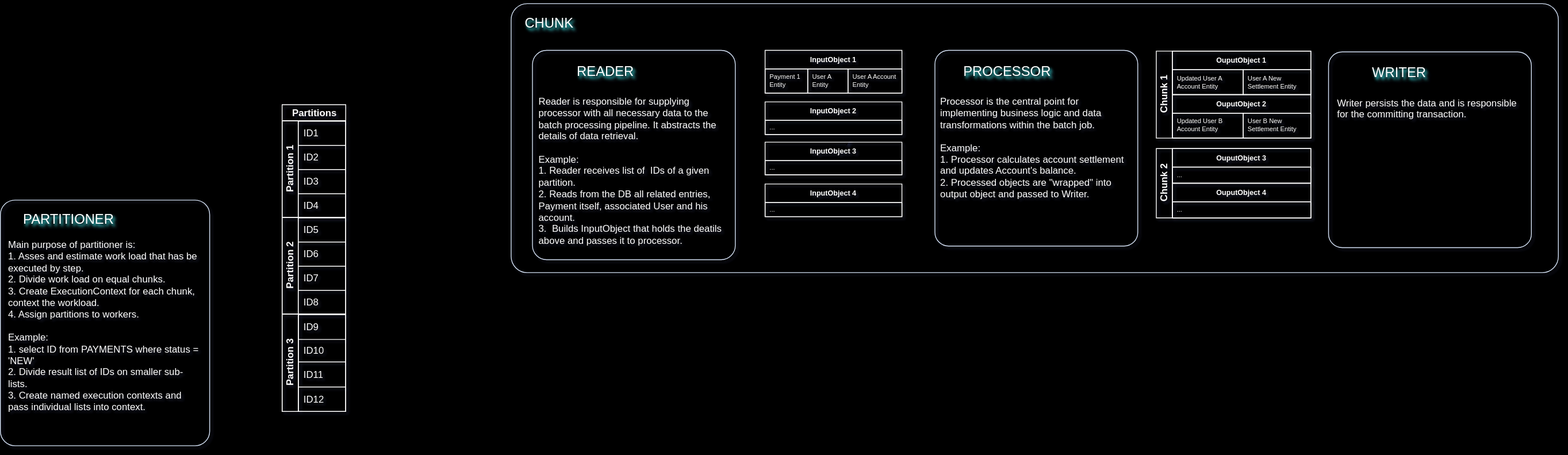
The draw.io diagram public/images/spring-batch-data-flow.drawio.svg in gsaukov/spring-batch-demo, before a commit. Source tidied: cells renumbered, new cells last; positions are measured from the earlier drawing's top-left corner, leaving out a move shared by most shapes.
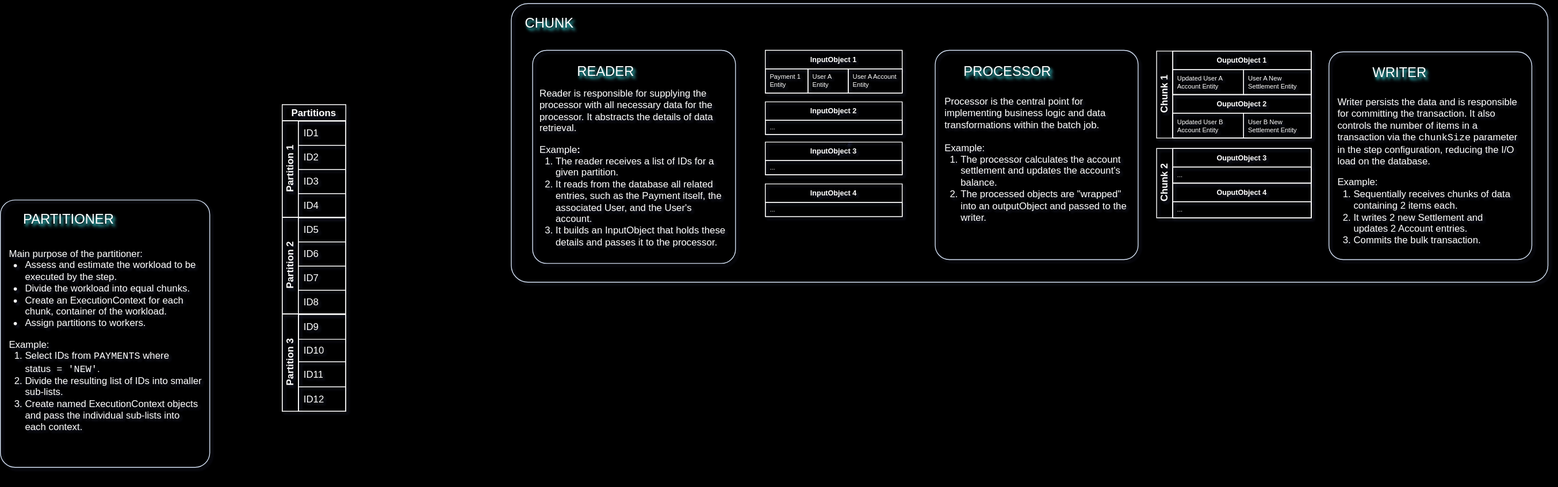
Above is the later version.

Change to the diagram source:
```diff
@@ -2,35 +2,35 @@
   <root>
     <mxCell id="0" />
     <mxCell id="1" parent="0" />
+    <mxCell id="3" style="rounded=1;whiteSpace=wrap;html=1;shadow=0;arcSize=6;fillColor=none;glass=0;perimeterSpacing=0;labelBorderColor=none;shadowOffsetX=2;shadowOpacity=80;shadowColor=#33FFFF;strokeColor=#D4E1F5;strokeWidth=1;shadowBlur=1;" parent="1" vertex="1">
+      <mxGeometry x="634.5" width="1287.5" height="346" as="geometry" />
+    </mxCell>
     <mxCell id="2" style="rounded=1;whiteSpace=wrap;html=1;shadow=0;arcSize=7;fillColor=none;glass=0;perimeterSpacing=0;labelBorderColor=none;shadowOffsetX=2;shadowOpacity=80;shadowColor=#33FFFF;strokeColor=#D4E1F5;strokeWidth=1;shadowBlur=1;shadowOffsetY=2;" parent="1" vertex="1">
-      <mxGeometry x="1650" y="60" width="252" height="243" as="geometry" />
+      <mxGeometry x="1650" y="60" width="252" height="258" as="geometry" />
     </mxCell>
-    <mxCell id="3" style="rounded=1;whiteSpace=wrap;html=1;shadow=0;arcSize=6;fillColor=none;glass=0;perimeterSpacing=0;labelBorderColor=none;shadowOffsetX=2;shadowOpacity=80;shadowColor=#33FFFF;strokeColor=#D4E1F5;strokeWidth=1;shadowBlur=1;" parent="1" vertex="1">
-      <mxGeometry x="634.5" width="1301" height="334" as="geometry" />
-    </mxCell>
     <mxCell id="4" style="rounded=1;whiteSpace=wrap;html=1;shadow=0;arcSize=7;fillColor=none;glass=0;perimeterSpacing=0;labelBorderColor=none;shadowOffsetX=2;shadowOpacity=80;shadowColor=#33FFFF;strokeColor=#D4E1F5;strokeWidth=1;shadowBlur=1;shadowOffsetY=2;" parent="1" vertex="1">
-      <mxGeometry x="1161" y="58" width="252" height="243" as="geometry" />
+      <mxGeometry x="1161" y="58" width="252" height="260" as="geometry" />
     </mxCell>
     <mxCell id="5" style="rounded=1;whiteSpace=wrap;html=1;shadow=0;arcSize=7;fillColor=none;glass=0;perimeterSpacing=0;labelBorderColor=none;shadowOffsetX=2;shadowOpacity=80;shadowColor=#33FFFF;strokeColor=#D4E1F5;strokeWidth=1;shadowBlur=1;shadowOffsetY=2;" parent="1" vertex="1">
-      <mxGeometry y="244" width="260" height="305" as="geometry" />
+      <mxGeometry y="244" width="260" height="332" as="geometry" />
     </mxCell>
     <mxCell id="6" value="PARTITIONER" style="text;html=1;strokeColor=none;fillColor=none;align=center;verticalAlign=middle;whiteSpace=wrap;rounded=0;shadow=1;sketch=0;shadowColor=#33FFFF;textShadow=1;fontColor=#FFFFFF;shadowOpacity=80;fontSize=17;" parent="1" vertex="1">
       <mxGeometry x="30" y="244" width="110" height="50" as="geometry" />
     </mxCell>
-    <mxCell id="7" value="&lt;p style=&quot;margin-top: 0px; margin-bottom: 0px;&quot;&gt;Main purpose of partitioner is:&lt;/p&gt;&lt;p style=&quot;margin-top: 0px; margin-bottom: 0px;&quot;&gt;1. Asses and estimate work load that has be executed by step.&lt;/p&gt;&lt;p style=&quot;margin-top: 0px; margin-bottom: 0px;&quot;&gt;2. Divide work load on equal chunks.&amp;nbsp;&lt;/p&gt;&lt;p style=&quot;margin-top: 0px; margin-bottom: 0px;&quot;&gt;3. Create ExecutionContext for each chunk, context the workload.&lt;/p&gt;&lt;p style=&quot;margin-top: 0px; margin-bottom: 0px;&quot;&gt;4. Assign partitions to workers.&lt;/p&gt;&lt;p style=&quot;margin-top: 0px; margin-bottom: 0px;&quot;&gt;&lt;br&gt;&lt;/p&gt;&lt;p style=&quot;margin-top: 0px; margin-bottom: 0px;&quot;&gt;Example:&amp;nbsp;&lt;/p&gt;&lt;p style=&quot;margin-top: 0px; margin-bottom: 0px;&quot;&gt;1. select ID from PAYMENTS where status = 'NEW'&lt;/p&gt;&lt;p style=&quot;margin-top: 0px; margin-bottom: 0px;&quot;&gt;2. Divide result list of IDs on smaller sub-lists.&lt;/p&gt;&lt;p style=&quot;margin-top: 0px; margin-bottom: 0px;&quot;&gt;3. Create named execution contexts and pass individual lists into context.&lt;/p&gt;" style="text;html=1;whiteSpace=wrap;overflow=hidden;rounded=0;fontColor=#FFFFFF;spacing=0;" parent="1" vertex="1">
-      <mxGeometry x="10" y="288" width="239" height="238" as="geometry" />
+    <mxCell id="7" value="&lt;p style=&quot;margin-bottom: 0px; margin-top: 12px;&quot;&gt;Main purpose of the partitioner:&lt;/p&gt;&lt;ul style=&quot;padding-left: 20px; margin-top: 0px;&quot;&gt;&lt;li&gt;&lt;span style=&quot;background-color: initial;&quot;&gt;Assess and estimate the workload to be executed by the step.&lt;/span&gt;&lt;/li&gt;&lt;li&gt;&lt;span style=&quot;background-color: initial;&quot;&gt;Divide the workload into equal chunks.&lt;/span&gt;&lt;/li&gt;&lt;li&gt;&lt;span style=&quot;background-color: initial;&quot;&gt;Create an ExecutionContext&lt;/span&gt;&lt;span style=&quot;background-color: initial;&quot;&gt;&amp;nbsp;for each chunk, container of the workload.&lt;/span&gt;&lt;/li&gt;&lt;li&gt;&lt;span style=&quot;background-color: initial;&quot;&gt;Assign partitions to workers.&lt;/span&gt;&lt;/li&gt;&lt;/ul&gt;&lt;p style=&quot;margin-top: 0px; margin-bottom: 0px;&quot;&gt;Example:&lt;/p&gt;&lt;ol style=&quot;padding-left: 20px; margin-top: 0px;&quot;&gt;&lt;li&gt;Select IDs from &lt;code&gt;PAYMENTS&lt;/code&gt; where status&lt;code&gt;&amp;nbsp;= 'NEW'&lt;/code&gt;.&lt;/li&gt;&lt;li&gt;Divide the resulting list of IDs into smaller sub-lists.&lt;/li&gt;&lt;li&gt;Create named ExecutionContext&amp;nbsp;objects and pass the individual sub-lists into each context.&lt;/li&gt;&lt;/ol&gt;" style="text;html=1;whiteSpace=wrap;overflow=hidden;rounded=0;fontColor=#FFFFFF;spacing=0;" parent="1" vertex="1">
+      <mxGeometry x="10.5" y="287" width="239" height="298" as="geometry" />
     </mxCell>
     <mxCell id="8" value="PROCESSOR" style="text;html=1;strokeColor=none;fillColor=none;align=center;verticalAlign=middle;whiteSpace=wrap;rounded=0;shadow=1;sketch=0;shadowColor=#33FFFF;textShadow=1;fontColor=#FFFFFF;shadowOpacity=80;fontSize=17;" parent="1" vertex="1">
       <mxGeometry x="1195.5" y="60" width="110" height="50" as="geometry" />
     </mxCell>
-    <mxCell id="9" value="&lt;p style=&quot;margin-top: 0px; margin-bottom: 0px;&quot;&gt;Processor is th&lt;span style=&quot;background-color: initial;&quot;&gt;e central point for implementing business logic and data transformations within the batch job.&lt;/span&gt;&lt;br&gt;&lt;/p&gt;&lt;p style=&quot;margin-top: 0px; margin-bottom: 0px;&quot;&gt;&lt;span style=&quot;background-color: initial;&quot;&gt;&lt;br&gt;&lt;/span&gt;&lt;/p&gt;&lt;p style=&quot;margin-top: 0px; margin-bottom: 0px;&quot;&gt;&lt;span style=&quot;background-color: initial;&quot;&gt;Example:&lt;/span&gt;&lt;/p&gt;&lt;p style=&quot;margin-top: 0px; margin-bottom: 0px;&quot;&gt;&lt;span style=&quot;background-color: initial;&quot;&gt;1. Processor calculates account settlement and updates Account's balance.&lt;/span&gt;&lt;/p&gt;&lt;p style=&quot;margin-top: 0px; margin-bottom: 0px;&quot;&gt;&lt;span style=&quot;background-color: initial;&quot;&gt;2. Processed objects are &quot;wrapped&quot; into output object and passed to Writer.&lt;/span&gt;&lt;/p&gt;" style="text;html=1;whiteSpace=wrap;overflow=hidden;rounded=0;fontColor=#FFFFFF;spacing=0;" parent="1" vertex="1">
-      <mxGeometry x="1168" y="110" width="234" height="177" as="geometry" />
+    <mxCell id="9" value="&lt;p style=&quot;margin-top: 0px; margin-bottom: 0px;&quot;&gt;Processor is th&lt;span style=&quot;background-color: initial;&quot;&gt;e central point for implementing business logic and data transformations within the batch job.&lt;/span&gt;&lt;br&gt;&lt;/p&gt;&lt;p style=&quot;margin-top: 0px; margin-bottom: 0px;&quot;&gt;&lt;span style=&quot;background-color: initial;&quot;&gt;&lt;br&gt;&lt;/span&gt;&lt;/p&gt;&lt;p style=&quot;margin-top: 0px; margin-bottom: 0px;&quot;&gt;&lt;span style=&quot;background-color: initial;&quot;&gt;Example:&lt;/span&gt;&lt;/p&gt;&lt;ol style=&quot;padding-left: 20px; margin-top: 0px;&quot;&gt;&lt;li&gt;&lt;span style=&quot;background-color: initial;&quot;&gt;The processor calculates the account settlement and updates the account's balance.&lt;/span&gt;&lt;/li&gt;&lt;li&gt;The processed objects are &quot;wrapped&quot; into an outputObject and passed to the writer.&lt;/li&gt;&lt;/ol&gt;" style="text;html=1;whiteSpace=wrap;overflow=hidden;rounded=0;fontColor=#FFFFFF;spacing=0;" parent="1" vertex="1">
+      <mxGeometry x="1173" y="110" width="234" height="177" as="geometry" />
     </mxCell>
     <mxCell id="10" value="WRITER" style="text;html=1;strokeColor=none;fillColor=none;align=center;verticalAlign=middle;whiteSpace=wrap;rounded=0;shadow=1;sketch=0;shadowColor=#33FFFF;textShadow=1;fontColor=#FFFFFF;shadowOpacity=80;fontSize=17;" parent="1" vertex="1">
       <mxGeometry x="1682.5" y="62" width="110" height="50" as="geometry" />
     </mxCell>
-    <mxCell id="11" value="&lt;p style=&quot;margin-top: 0px; margin-bottom: 0px;&quot;&gt;Writer persists the data and is responsible for the committing transaction.&lt;/p&gt;" style="text;html=1;whiteSpace=wrap;overflow=hidden;rounded=0;fontColor=#FFFFFF;spacing=0;" parent="1" vertex="1">
-      <mxGeometry x="1661" y="112" width="222" height="130" as="geometry" />
+    <mxCell id="11" value="&lt;p style=&quot;margin-top: 0px; margin-bottom: 0px;&quot;&gt;&lt;span style=&quot;background-color: initial;&quot;&gt;Writer persists the data and is responsible for committing the transaction. It also controls the number of items in a transaction via the &lt;/span&gt;&lt;code style=&quot;background-color: initial;&quot;&gt;chunkSize&lt;/code&gt;&lt;span style=&quot;background-color: initial;&quot;&gt; parameter in the step configuration, reducing the I/O load on the database.&lt;/span&gt;&lt;br&gt;&lt;/p&gt;&lt;p style=&quot;margin-bottom: 0px;&quot;&gt;Example:&lt;/p&gt;&lt;ol style=&quot;padding-left: 20px; margin-top: 0px; margin-bottom: 0px;&quot;&gt;&lt;li&gt;Sequentially receives chunks of data containing 2 items each.&lt;/li&gt;&lt;li&gt;It writes 2 new Settlement and updates 2 Account entries.&lt;/li&gt;&lt;li&gt;Commits the bulk transaction.&lt;/li&gt;&lt;/ol&gt;" style="text;html=1;whiteSpace=wrap;overflow=hidden;rounded=0;fontColor=#FFFFFF;spacing=0;" parent="1" vertex="1">
+      <mxGeometry x="1661" y="111" width="222" height="200" as="geometry" />
     </mxCell>
     <mxCell id="12" value="CHUNK" style="text;html=1;strokeColor=none;fillColor=none;align=center;verticalAlign=middle;whiteSpace=wrap;rounded=0;shadow=1;sketch=0;shadowColor=#33FFFF;textShadow=1;fontColor=#FFFFFF;shadowOpacity=80;fontSize=17;" parent="1" vertex="1">
       <mxGeometry x="627" width="110" height="50" as="geometry" />
@@ -141,16 +141,16 @@
       <mxGeometry x="103" y="23" width="67" height="30" as="geometry" />
     </mxCell>
     <mxCell id="48" style="group;" parent="1" vertex="1">
-      <mxGeometry x="661" y="58" width="252" height="260" as="geometry" />
+      <mxGeometry x="661" y="58" width="252" height="278" as="geometry" />
     </mxCell>
     <mxCell id="49" style="rounded=1;whiteSpace=wrap;html=1;shadow=0;arcSize=7;fillColor=none;glass=0;perimeterSpacing=0;labelBorderColor=none;shadowOffsetX=2;shadowOpacity=80;shadowColor=#33FFFF;strokeColor=#D4E1F5;strokeWidth=1;shadowBlur=1;shadowOffsetY=2;" parent="48" vertex="1">
-      <mxGeometry width="252" height="260" as="geometry" />
+      <mxGeometry width="252" height="264.8" as="geometry" />
     </mxCell>
     <mxCell id="50" value="READER" style="text;html=1;strokeColor=none;fillColor=none;align=center;verticalAlign=middle;whiteSpace=wrap;rounded=0;shadow=1;sketch=0;shadowColor=#33FFFF;textShadow=1;fontColor=#FFFFFF;shadowOpacity=80;fontSize=17;" parent="48" vertex="1">
-      <mxGeometry x="35.5" y="2" width="110" height="50" as="geometry" />
+      <mxGeometry x="35.5" y="2" width="110" height="50.9" as="geometry" />
     </mxCell>
-    <mxCell id="51" value="&lt;p style=&quot;margin-top: 0px; margin-bottom: 0px;&quot;&gt;Reader is responsible for supplying processor with all necessary data to the batch processing pipeline. It abstracts the details of data retrieval.&lt;br&gt;&lt;/p&gt;&lt;p style=&quot;margin-top: 0px; margin-bottom: 0px;&quot;&gt;&lt;br&gt;&lt;/p&gt;&lt;p style=&quot;margin-top: 0px; margin-bottom: 0px;&quot;&gt;Example:&lt;/p&gt;&lt;p style=&quot;margin-top: 0px; margin-bottom: 0px;&quot;&gt;1. Reader receives list of&amp;nbsp; IDs of a given partition.&lt;/p&gt;&lt;p style=&quot;margin-top: 0px; margin-bottom: 0px;&quot;&gt;2. Reads from the DB all related entries, Payment itself, associated User and his account.&lt;/p&gt;&lt;p style=&quot;margin-top: 0px; margin-bottom: 0px;&quot;&gt;3.&amp;nbsp; Builds InputObject that holds the deatils above and passes it to processor.&lt;/p&gt;" style="text;html=1;whiteSpace=wrap;overflow=hidden;rounded=0;fontColor=#FFFFFF;spacing=0;" parent="48" vertex="1">
-      <mxGeometry x="8" y="52" width="234" height="201" as="geometry" />
+    <mxCell id="51" value="&lt;p&gt;Reader is responsible for supplying the processor with all necessary data for the processor. It abstracts the details of data retrieval.&lt;/p&gt;&lt;p style=&quot;margin-top: 0px; margin-bottom: 0px;&quot;&gt;Example&lt;strong&gt;:&lt;/strong&gt;&lt;/p&gt;&lt;ol style=&quot;padding-left: 20px; margin-top: 0px;&quot;&gt;&lt;li&gt;The reader receives a list of IDs for a given partition.&lt;/li&gt;&lt;li&gt;It reads from the database all related entries, such as the Payment itself, the associated User, and the User's account.&lt;/li&gt;&lt;li&gt;It builds an InputObject&amp;nbsp;that holds these details and passes it to the processor.&lt;/li&gt;&lt;/ol&gt;" style="text;html=1;whiteSpace=wrap;overflow=hidden;rounded=0;fontColor=#FFFFFF;spacing=0;" parent="48" vertex="1">
+      <mxGeometry x="9" y="30" width="234" height="228" as="geometry" />
     </mxCell>
     <mxCell id="52" style="edgeStyle=orthogonalEdgeStyle;rounded=0;orthogonalLoop=1;jettySize=auto;html=1;exitX=0.5;exitY=1;exitDx=0;exitDy=0;" parent="1" edge="1">
       <mxGeometry relative="1" as="geometry">
```
